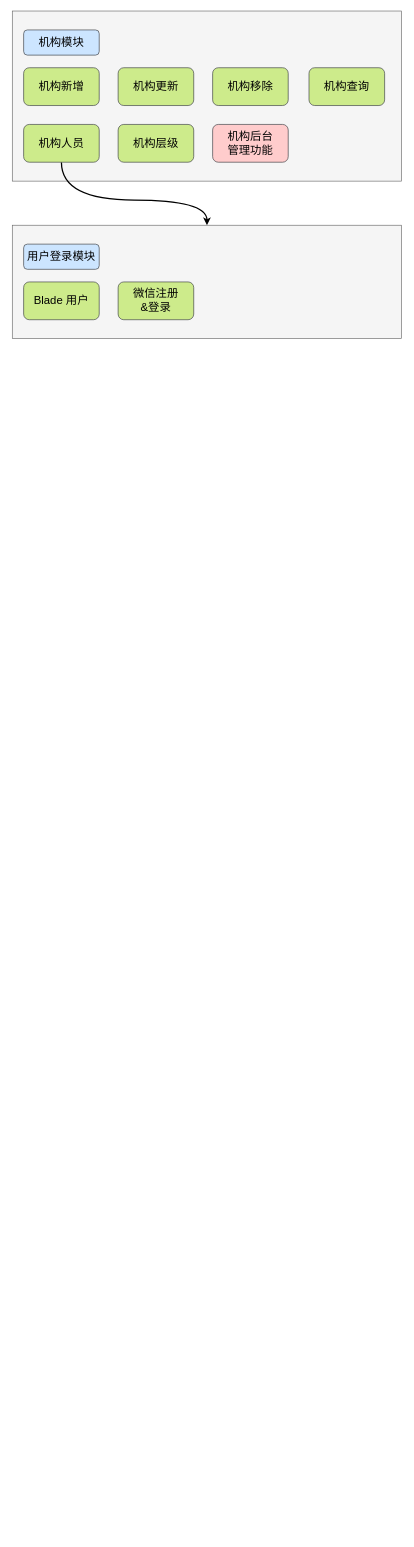
The draw.io diagram jbh/淑乐功能拆解.drawio in GitHeP/diagrams, before the edit. Source tidied: cells renumbered, new cells numbered last; positions are measured from the earlier drawing's top-left corner, leaving out a move shared by most shapes. Both pictures are drawn from the tidied source at 63%, with x=0, y=0 at pixel (12, 11).
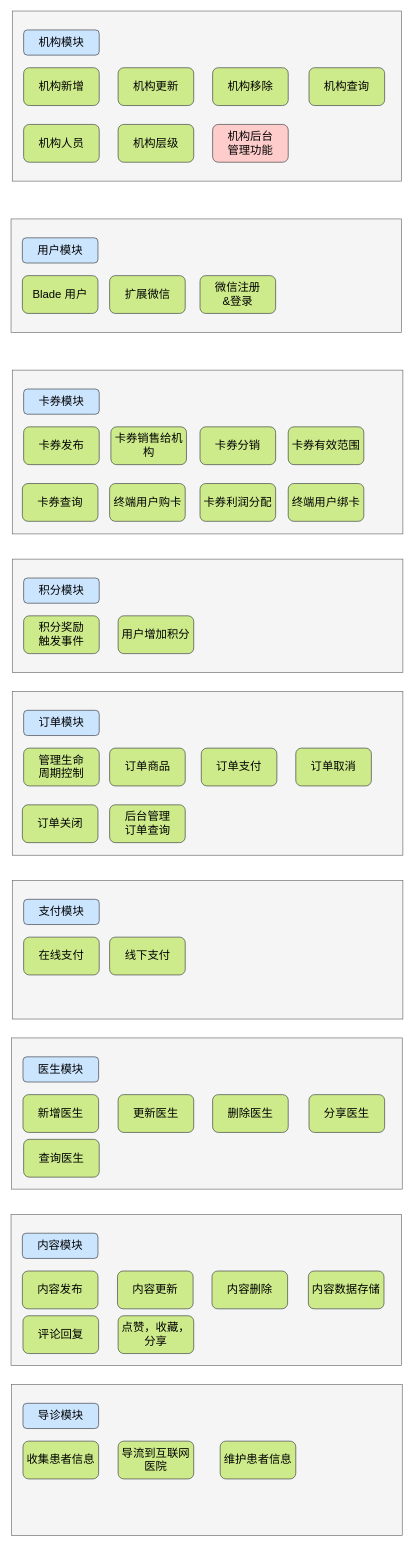
Above is the later version.

Commit message:
更新淑乐功能拆解.drawio

Unchanged cells that the change refers to:
```xml
<mxCell id="9" value="&lt;font style=&quot;font-size: 18px;&quot;&gt;机构人员&lt;/font&gt;" style="rounded=1;whiteSpace=wrap;html=1;fillColor=#cdeb8b;strokeColor=#36393d;" parent="1" vertex="1">
  <mxGeometry x="18" y="180" width="120" height="60" as="geometry" />
</mxCell>
```

The edit, as a diff of the source:
```diff
@@
-    <mxCell id="8" style="edgeStyle=orthogonalEdgeStyle;jettySize=auto;html=1;fontSize=18;curved=1;strokeWidth=2;" parent="1" edge="1" source="9" target="12">
-      <mxGeometry relative="1" as="geometry">
-        <Array as="points">
-          <mxPoint x="78" y="300" />
-          <mxPoint x="309" y="300" />
-        </Array>
-      </mxGeometry>
-    </mxCell>
@@
     <mxCell id="12" style="rounded=0;whiteSpace=wrap;html=1;fillColor=#f5f5f5;fontColor=#333333;strokeColor=#666666;" parent="1" vertex="1">
-      <mxGeometry y="340" width="618" height="180" as="geometry" />
+      <mxGeometry x="-2" y="330" width="620" height="180" as="geometry" />
     </mxCell>
     <mxCell id="13" value="&lt;span style=&quot;font-size: 18px;&quot;&gt;Blade 用户&lt;/span&gt;" style="rounded=1;whiteSpace=wrap;html=1;fillColor=#cdeb8b;strokeColor=#36393d;" parent="1" vertex="1">
-      <mxGeometry x="18" y="430" width="120" height="60" as="geometry" />
+      <mxGeometry x="16" y="420" width="120" height="60" as="geometry" />
     </mxCell>
     <mxCell id="14" value="&lt;font style=&quot;font-size: 18px;&quot;&gt;微信注册&lt;br&gt;&amp;amp;登录&lt;/font&gt;" style="rounded=1;whiteSpace=wrap;html=1;fillColor=#cdeb8b;strokeColor=#36393d;" parent="1" vertex="1">
-      <mxGeometry x="168" y="430" width="120" height="60" as="geometry" />
+      <mxGeometry x="298" y="420" width="120" height="60" as="geometry" />
     </mxCell>
-    <mxCell id="15" value="&lt;font style=&quot;font-size: 18px;&quot;&gt;用户登录模块&lt;/font&gt;" style="rounded=1;whiteSpace=wrap;html=1;fillColor=#cce5ff;strokeColor=#36393d;" parent="1" vertex="1">
-      <mxGeometry x="18" y="370" width="120" height="40" as="geometry" />
+    <mxCell id="15" value="&lt;font style=&quot;font-size: 18px;&quot;&gt;用户模块&lt;/font&gt;" style="rounded=1;whiteSpace=wrap;html=1;fillColor=#cce5ff;strokeColor=#36393d;" parent="1" vertex="1">
+      <mxGeometry x="16" y="360" width="120" height="40" as="geometry" />
     </mxCell>
+    <mxCell id="16" value="&lt;span style=&quot;font-size: 18px;&quot;&gt;扩展微信&lt;/span&gt;" style="rounded=1;whiteSpace=wrap;html=1;fillColor=#cdeb8b;strokeColor=#36393d;" parent="1" vertex="1">
+      <mxGeometry x="154.5" y="420" width="120" height="60" as="geometry" />
+    </mxCell>
+    <mxCell id="17" style="rounded=0;whiteSpace=wrap;html=1;fillColor=#f5f5f5;fontColor=#333333;strokeColor=#666666;" parent="1" vertex="1">
+      <mxGeometry y="570" width="620" height="260" as="geometry" />
+    </mxCell>
+    <mxCell id="18" value="&lt;span style=&quot;font-size: 18px;&quot;&gt;卡券发布&lt;/span&gt;" style="rounded=1;whiteSpace=wrap;html=1;fillColor=#cdeb8b;strokeColor=#36393d;" parent="1" vertex="1">
+      <mxGeometry x="18" y="660" width="120" height="60" as="geometry" />
+    </mxCell>
+    <mxCell id="19" value="&lt;span style=&quot;font-size: 18px;&quot;&gt;卡券销售给机构&lt;/span&gt;" style="rounded=1;whiteSpace=wrap;html=1;fillColor=#cdeb8b;strokeColor=#36393d;" parent="1" vertex="1">
+      <mxGeometry x="156.5" y="660" width="120" height="60" as="geometry" />
+    </mxCell>
+    <mxCell id="20" value="&lt;font style=&quot;font-size: 18px;&quot;&gt;卡券模块&lt;/font&gt;" style="rounded=1;whiteSpace=wrap;html=1;fillColor=#cce5ff;strokeColor=#36393d;" parent="1" vertex="1">
+      <mxGeometry x="18" y="600" width="120" height="40" as="geometry" />
+    </mxCell>
+    <mxCell id="21" value="&lt;span style=&quot;font-size: 18px;&quot;&gt;卡券分销&lt;/span&gt;" style="rounded=1;whiteSpace=wrap;html=1;fillColor=#cdeb8b;strokeColor=#36393d;" parent="1" vertex="1">
+      <mxGeometry x="298" y="660" width="120" height="60" as="geometry" />
+    </mxCell>
+    <mxCell id="22" value="&lt;span style=&quot;font-size: 18px;&quot;&gt;卡券有效范围&lt;/span&gt;" style="rounded=1;whiteSpace=wrap;html=1;fillColor=#cdeb8b;strokeColor=#36393d;" parent="1" vertex="1">
+      <mxGeometry x="438" y="660" width="120" height="60" as="geometry" />
+    </mxCell>
+    <mxCell id="23" value="&lt;span style=&quot;font-size: 18px;&quot;&gt;卡券查询&lt;/span&gt;" style="rounded=1;whiteSpace=wrap;html=1;fillColor=#cdeb8b;strokeColor=#36393d;" parent="1" vertex="1">
+      <mxGeometry x="16" y="750" width="120" height="60" as="geometry" />
+    </mxCell>
+    <mxCell id="24" value="&lt;span style=&quot;font-size: 18px;&quot;&gt;终端用户购卡&lt;/span&gt;" style="rounded=1;whiteSpace=wrap;html=1;fillColor=#cdeb8b;strokeColor=#36393d;" parent="1" vertex="1">
+      <mxGeometry x="154.5" y="750" width="120" height="60" as="geometry" />
+    </mxCell>
+    <mxCell id="25" value="&lt;span style=&quot;font-size: 18px;&quot;&gt;卡券利润分配&lt;/span&gt;" style="rounded=1;whiteSpace=wrap;html=1;fillColor=#cdeb8b;strokeColor=#36393d;" parent="1" vertex="1">
+      <mxGeometry x="298" y="750" width="120" height="60" as="geometry" />
+    </mxCell>
+    <mxCell id="26" value="&lt;span style=&quot;font-size: 18px;&quot;&gt;终端用户绑卡&lt;/span&gt;" style="rounded=1;whiteSpace=wrap;html=1;fillColor=#cdeb8b;strokeColor=#36393d;" parent="1" vertex="1">
+      <mxGeometry x="438" y="750" width="120" height="60" as="geometry" />
+    </mxCell>
+    <mxCell id="27" style="rounded=0;whiteSpace=wrap;html=1;fillColor=#f5f5f5;fontColor=#333333;strokeColor=#666666;" parent="1" vertex="1">
+      <mxGeometry y="870" width="620" height="180" as="geometry" />
+    </mxCell>
+    <mxCell id="28" value="&lt;span style=&quot;font-size: 18px;&quot;&gt;积分奖励&lt;br&gt;触发事件&lt;/span&gt;" style="rounded=1;whiteSpace=wrap;html=1;fillColor=#cdeb8b;strokeColor=#36393d;" parent="1" vertex="1">
+      <mxGeometry x="18" y="960" width="120" height="60" as="geometry" />
+    </mxCell>
+    <mxCell id="29" value="&lt;font style=&quot;font-size: 18px;&quot;&gt;积分模块&lt;/font&gt;" style="rounded=1;whiteSpace=wrap;html=1;fillColor=#cce5ff;strokeColor=#36393d;" parent="1" vertex="1">
+      <mxGeometry x="18" y="900" width="120" height="40" as="geometry" />
+    </mxCell>
+    <mxCell id="30" value="&lt;span style=&quot;font-size: 18px;&quot;&gt;用户增加积分&lt;/span&gt;" style="rounded=1;whiteSpace=wrap;html=1;fillColor=#cdeb8b;strokeColor=#36393d;" parent="1" vertex="1">
+      <mxGeometry x="168" y="960" width="120" height="60" as="geometry" />
+    </mxCell>
+    <mxCell id="31" style="rounded=0;whiteSpace=wrap;html=1;fillColor=#f5f5f5;fontColor=#333333;strokeColor=#666666;" parent="1" vertex="1">
+      <mxGeometry y="1080" width="620" height="260" as="geometry" />
+    </mxCell>
+    <mxCell id="32" value="&lt;span style=&quot;font-size: 18px;&quot;&gt;管理生命&lt;br&gt;周期控制&lt;/span&gt;" style="rounded=1;whiteSpace=wrap;html=1;fillColor=#cdeb8b;strokeColor=#36393d;" parent="1" vertex="1">
+      <mxGeometry x="18" y="1170" width="120" height="60" as="geometry" />
+    </mxCell>
+    <mxCell id="33" value="&lt;font style=&quot;font-size: 18px;&quot;&gt;订单模块&lt;/font&gt;" style="rounded=1;whiteSpace=wrap;html=1;fillColor=#cce5ff;strokeColor=#36393d;" parent="1" vertex="1">
+      <mxGeometry x="18" y="1110" width="120" height="40" as="geometry" />
+    </mxCell>
+    <mxCell id="34" value="&lt;span style=&quot;font-size: 18px;&quot;&gt;后台管理&lt;br&gt;订单查询&lt;/span&gt;" style="rounded=1;whiteSpace=wrap;html=1;fillColor=#cdeb8b;strokeColor=#36393d;" parent="1" vertex="1">
+      <mxGeometry x="154.5" y="1260" width="120" height="60" as="geometry" />
+    </mxCell>
+    <mxCell id="35" value="&lt;span style=&quot;font-size: 18px;&quot;&gt;订单商品&lt;/span&gt;" style="rounded=1;whiteSpace=wrap;html=1;fillColor=#cdeb8b;strokeColor=#36393d;" parent="1" vertex="1">
+      <mxGeometry x="154.5" y="1170" width="120" height="60" as="geometry" />
+    </mxCell>
+    <mxCell id="36" value="&lt;span style=&quot;font-size: 18px;&quot;&gt;订单支付&lt;/span&gt;" style="rounded=1;whiteSpace=wrap;html=1;fillColor=#cdeb8b;strokeColor=#36393d;" parent="1" vertex="1">
+      <mxGeometry x="300" y="1170" width="120" height="60" as="geometry" />
+    </mxCell>
+    <mxCell id="37" value="&lt;span style=&quot;font-size: 18px;&quot;&gt;订单取消&lt;/span&gt;" style="rounded=1;whiteSpace=wrap;html=1;fillColor=#cdeb8b;strokeColor=#36393d;" parent="1" vertex="1">
+      <mxGeometry x="450" y="1170" width="120" height="60" as="geometry" />
+    </mxCell>
+    <mxCell id="38" value="&lt;span style=&quot;font-size: 18px;&quot;&gt;订单关闭&lt;/span&gt;" style="rounded=1;whiteSpace=wrap;html=1;fillColor=#cdeb8b;strokeColor=#36393d;" parent="1" vertex="1">
+      <mxGeometry x="16" y="1260" width="120" height="60" as="geometry" />
+    </mxCell>
+    <mxCell id="39" style="rounded=0;whiteSpace=wrap;html=1;fillColor=#f5f5f5;fontColor=#333333;strokeColor=#666666;" parent="1" vertex="1">
+      <mxGeometry y="1380" width="620" height="220" as="geometry" />
+    </mxCell>
+    <mxCell id="40" value="&lt;span style=&quot;font-size: 18px;&quot;&gt;在线支付&lt;/span&gt;" style="rounded=1;whiteSpace=wrap;html=1;fillColor=#cdeb8b;strokeColor=#36393d;" parent="1" vertex="1">
+      <mxGeometry x="18" y="1470" width="120" height="60" as="geometry" />
+    </mxCell>
+    <mxCell id="41" value="&lt;font style=&quot;font-size: 18px;&quot;&gt;支付模块&lt;/font&gt;" style="rounded=1;whiteSpace=wrap;html=1;fillColor=#cce5ff;strokeColor=#36393d;" parent="1" vertex="1">
+      <mxGeometry x="18" y="1410" width="120" height="40" as="geometry" />
+    </mxCell>
+    <mxCell id="42" value="&lt;span style=&quot;font-size: 18px;&quot;&gt;线下支付&lt;/span&gt;" style="rounded=1;whiteSpace=wrap;html=1;fillColor=#cdeb8b;strokeColor=#36393d;" parent="1" vertex="1">
+      <mxGeometry x="154.5" y="1470" width="120" height="60" as="geometry" />
+    </mxCell>
+    <mxCell id="43" style="rounded=0;whiteSpace=wrap;html=1;fillColor=#f5f5f5;fontColor=#333333;strokeColor=#666666;" parent="1" vertex="1">
+      <mxGeometry x="-1" y="1630" width="620" height="240" as="geometry" />
+    </mxCell>
+    <mxCell id="44" value="&lt;span style=&quot;font-size: 18px;&quot;&gt;新增医生&lt;/span&gt;" style="rounded=1;whiteSpace=wrap;html=1;fillColor=#cdeb8b;strokeColor=#36393d;" parent="1" vertex="1">
+      <mxGeometry x="17" y="1720" width="120" height="60" as="geometry" />
+    </mxCell>
+    <mxCell id="45" value="&lt;font style=&quot;font-size: 18px;&quot;&gt;医生模块&lt;/font&gt;" style="rounded=1;whiteSpace=wrap;html=1;fillColor=#cce5ff;strokeColor=#36393d;" parent="1" vertex="1">
+      <mxGeometry x="17" y="1660" width="120" height="40" as="geometry" />
+    </mxCell>
+    <mxCell id="46" value="&lt;span style=&quot;font-size: 18px;&quot;&gt;分享医生&lt;/span&gt;" style="rounded=1;whiteSpace=wrap;html=1;fillColor=#cdeb8b;strokeColor=#36393d;" parent="1" vertex="1">
+      <mxGeometry x="471" y="1720" width="120" height="60" as="geometry" />
+    </mxCell>
+    <mxCell id="47" value="&lt;span style=&quot;font-size: 18px;&quot;&gt;更新医生&lt;/span&gt;" style="rounded=1;whiteSpace=wrap;html=1;fillColor=#cdeb8b;strokeColor=#36393d;" parent="1" vertex="1">
+      <mxGeometry x="168" y="1720" width="120" height="60" as="geometry" />
+    </mxCell>
+    <mxCell id="48" value="&lt;span style=&quot;font-size: 18px;&quot;&gt;删除医生&lt;/span&gt;" style="rounded=1;whiteSpace=wrap;html=1;fillColor=#cdeb8b;strokeColor=#36393d;" parent="1" vertex="1">
+      <mxGeometry x="318" y="1720" width="120" height="60" as="geometry" />
+    </mxCell>
+    <mxCell id="49" value="&lt;span style=&quot;font-size: 18px;&quot;&gt;查询医生&lt;/span&gt;" style="rounded=1;whiteSpace=wrap;html=1;fillColor=#cdeb8b;strokeColor=#36393d;" parent="1" vertex="1">
+      <mxGeometry x="18" y="1791" width="120" height="60" as="geometry" />
+    </mxCell>
+    <mxCell id="50" style="rounded=0;whiteSpace=wrap;html=1;fillColor=#f5f5f5;fontColor=#333333;strokeColor=#666666;" parent="1" vertex="1">
+      <mxGeometry x="-2" y="1910" width="620" height="240" as="geometry" />
+    </mxCell>
+    <mxCell id="51" value="&lt;span style=&quot;font-size: 18px;&quot;&gt;内容发布&lt;/span&gt;" style="rounded=1;whiteSpace=wrap;html=1;fillColor=#cdeb8b;strokeColor=#36393d;" parent="1" vertex="1">
+      <mxGeometry x="16" y="2000" width="120" height="60" as="geometry" />
+    </mxCell>
+    <mxCell id="52" value="&lt;font style=&quot;font-size: 18px;&quot;&gt;内容模块&lt;/font&gt;" style="rounded=1;whiteSpace=wrap;html=1;fillColor=#cce5ff;strokeColor=#36393d;" parent="1" vertex="1">
+      <mxGeometry x="16" y="1940" width="120" height="40" as="geometry" />
+    </mxCell>
+    <mxCell id="53" value="&lt;span style=&quot;font-size: 18px;&quot;&gt;内容数据存储&lt;/span&gt;" style="rounded=1;whiteSpace=wrap;html=1;fillColor=#cdeb8b;strokeColor=#36393d;" parent="1" vertex="1">
+      <mxGeometry x="470" y="2000" width="120" height="60" as="geometry" />
+    </mxCell>
+    <mxCell id="54" value="&lt;span style=&quot;font-size: 18px;&quot;&gt;内容更新&lt;/span&gt;" style="rounded=1;whiteSpace=wrap;html=1;fillColor=#cdeb8b;strokeColor=#36393d;" parent="1" vertex="1">
+      <mxGeometry x="167" y="2000" width="120" height="60" as="geometry" />
+    </mxCell>
+    <mxCell id="55" value="&lt;span style=&quot;font-size: 18px;&quot;&gt;内容删除&lt;/span&gt;" style="rounded=1;whiteSpace=wrap;html=1;fillColor=#cdeb8b;strokeColor=#36393d;" parent="1" vertex="1">
+      <mxGeometry x="317" y="2000" width="120" height="60" as="geometry" />
+    </mxCell>
+    <mxCell id="56" value="&lt;span style=&quot;font-size: 18px;&quot;&gt;评论回复&lt;/span&gt;" style="rounded=1;whiteSpace=wrap;html=1;fillColor=#cdeb8b;strokeColor=#36393d;" parent="1" vertex="1">
+      <mxGeometry x="17" y="2071" width="120" height="60" as="geometry" />
+    </mxCell>
+    <mxCell id="57" value="&lt;span style=&quot;font-size: 18px;&quot;&gt;点赞，收藏，分享&lt;/span&gt;" style="rounded=1;whiteSpace=wrap;html=1;fillColor=#cdeb8b;strokeColor=#36393d;" parent="1" vertex="1">
+      <mxGeometry x="168" y="2071" width="120" height="60" as="geometry" />
+    </mxCell>
+    <mxCell id="58" style="rounded=0;whiteSpace=wrap;html=1;fillColor=#f5f5f5;fontColor=#333333;strokeColor=#666666;" parent="1" vertex="1">
+      <mxGeometry x="-1" y="2180" width="620" height="240" as="geometry" />
+    </mxCell>
+    <mxCell id="59" value="&lt;span style=&quot;font-size: 18px;&quot;&gt;收集患者信息&lt;/span&gt;" style="rounded=1;whiteSpace=wrap;html=1;fillColor=#cdeb8b;strokeColor=#36393d;" parent="1" vertex="1">
+      <mxGeometry x="17" y="2270" width="120" height="60" as="geometry" />
+    </mxCell>
+    <mxCell id="60" value="&lt;font style=&quot;font-size: 18px;&quot;&gt;导诊模块&lt;/font&gt;" style="rounded=1;whiteSpace=wrap;html=1;fillColor=#cce5ff;strokeColor=#36393d;" parent="1" vertex="1">
+      <mxGeometry x="17" y="2210" width="120" height="40" as="geometry" />
+    </mxCell>
+    <mxCell id="61" value="&lt;span style=&quot;font-size: 18px;&quot;&gt;导流到互联网医院&lt;/span&gt;" style="rounded=1;whiteSpace=wrap;html=1;fillColor=#cdeb8b;strokeColor=#36393d;" parent="1" vertex="1">
+      <mxGeometry x="168" y="2270" width="120" height="60" as="geometry" />
+    </mxCell>
+    <mxCell id="62" value="&lt;span style=&quot;font-size: 18px;&quot;&gt;维护患者信息&lt;/span&gt;" style="rounded=1;whiteSpace=wrap;html=1;fillColor=#cdeb8b;strokeColor=#36393d;" parent="1" vertex="1">
+      <mxGeometry x="330" y="2270" width="120" height="60" as="geometry" />
+    </mxCell>
```
